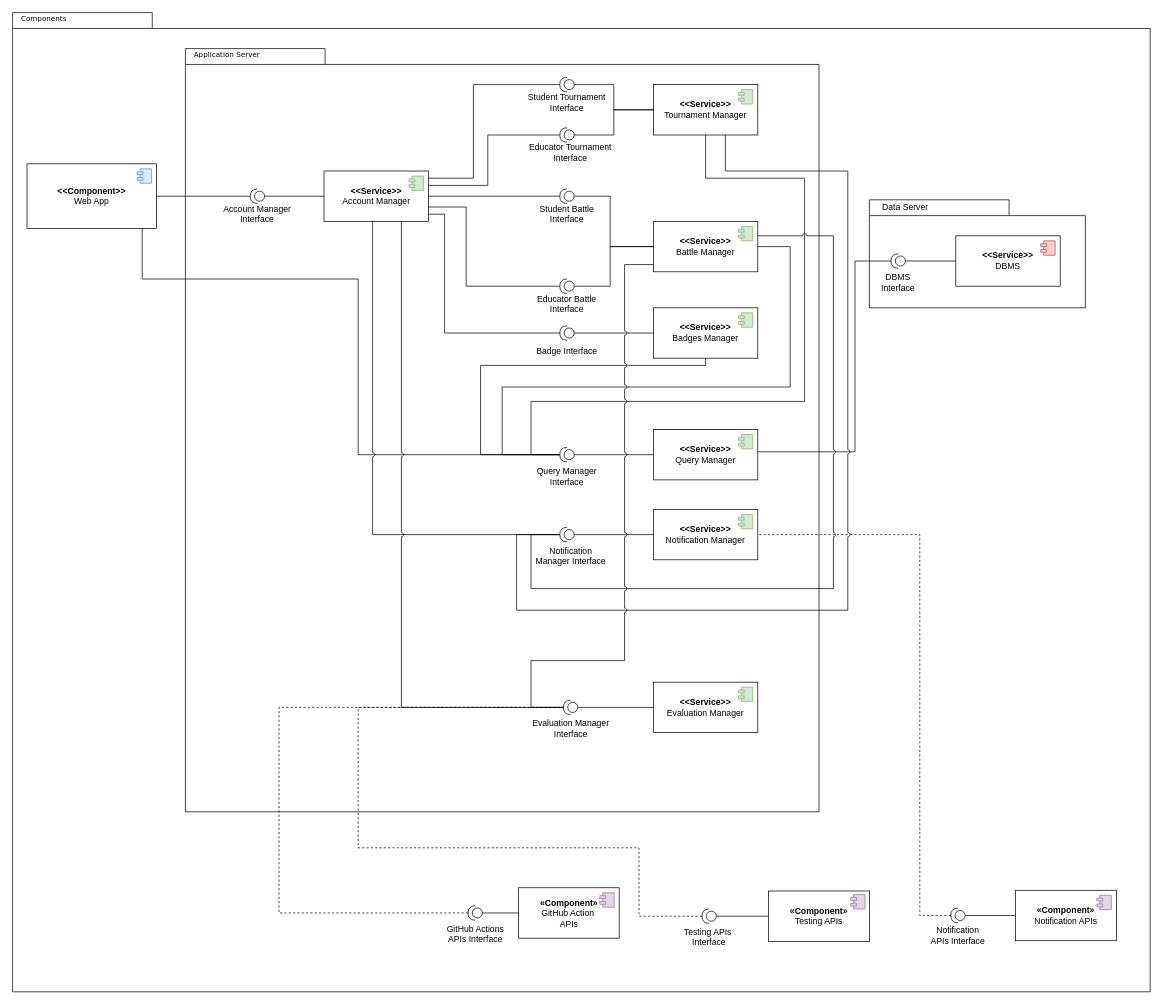
Earlier version of the draw.io diagram DDwip/ExtraFiles/ComponentView.drawio (francescospangaro/SpangaroTosettiRiccardi). Source tidied: cells renumbered, new cells numbered last; positions are measured from the earlier drawing's top-left corner, leaving out a move shared by most shapes. Both pictures are drawn from the tidied source at 72%, with x=0, y=0 at pixel (12, 12).
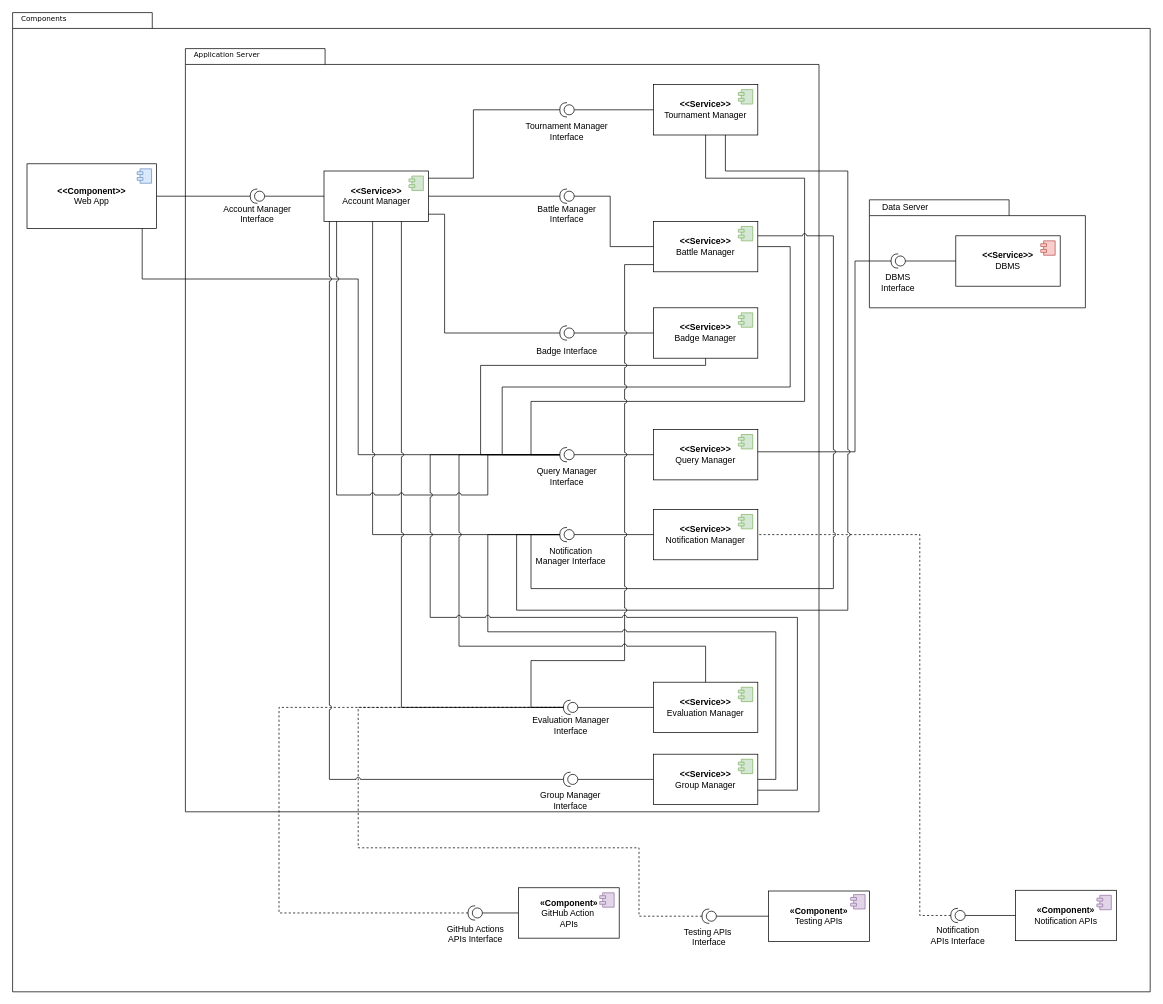
Above is the later version.

The change refers to these unchanged cells:
```xml
<mxCell id="8" value="&lt;div&gt;&lt;b&gt;&amp;lt;&amp;lt;Service&amp;gt;&amp;gt;&lt;/b&gt;&lt;/div&gt;&lt;div&gt;Account Manager&lt;br&gt;&lt;/div&gt;" style="html=1;whiteSpace=wrap;" parent="1" vertex="1">
  <mxGeometry x="432.5" y="220" width="145" height="70" as="geometry" />
</mxCell>
<mxCell id="20" value="&lt;div&gt;&lt;b&gt;&amp;lt;&amp;lt;Service&amp;gt;&amp;gt;&lt;/b&gt;&lt;/div&gt;&lt;div&gt;Tournament Manager&lt;br&gt;&lt;/div&gt;" style="html=1;whiteSpace=wrap;" parent="1" vertex="1">
  <mxGeometry x="890" y="100" width="145" height="70" as="geometry" />
</mxCell>
<mxCell id="22" value="&lt;div&gt;&lt;b&gt;&amp;lt;&amp;lt;Service&amp;gt;&amp;gt;&lt;/b&gt;&lt;/div&gt;&lt;div&gt;Battle Manager&lt;br&gt;&lt;/div&gt;" style="html=1;whiteSpace=wrap;" parent="1" vertex="1">
  <mxGeometry x="890" y="290" width="145" height="70" as="geometry" />
</mxCell>
<mxCell id="49" style="shape=providedRequiredInterface;html=1;verticalLabelPosition=bottom;sketch=0;rotation=-180;" parent="1" vertex="1">
  <mxGeometry x="760" y="604" width="20" height="20" as="geometry" />
</mxCell>
<mxCell id="71" style="shape=providedRequiredInterface;html=1;verticalLabelPosition=bottom;sketch=0;rotation=-180;" parent="1" vertex="1">
  <mxGeometry x="760" y="715" width="20" height="20" as="geometry" />
</mxCell>
<mxCell id="82" value="&lt;div&gt;&lt;b&gt;&amp;lt;&amp;lt;Service&amp;gt;&amp;gt;&lt;/b&gt;&lt;/div&gt;Evaluation Manager" style="html=1;whiteSpace=wrap;" parent="1" vertex="1">
  <mxGeometry x="890" y="930" width="145" height="70" as="geometry" />
</mxCell>
```

What changed in the source:
```diff
@@
-    <mxCell id="24" value="&lt;div&gt;&lt;b&gt;&amp;lt;&amp;lt;Service&amp;gt;&amp;gt;&lt;/b&gt;&lt;/div&gt;&lt;div&gt;Badges Manager&lt;br&gt;&lt;/div&gt;" style="html=1;whiteSpace=wrap;" parent="1" vertex="1">
+    <mxCell id="24" value="&lt;div&gt;&lt;b&gt;&amp;lt;&amp;lt;Service&amp;gt;&amp;gt;&lt;/b&gt;&lt;/div&gt;&lt;div&gt;Badge Manager&lt;br&gt;&lt;/div&gt;" style="html=1;whiteSpace=wrap;" parent="1" vertex="1">
       <mxGeometry x="890" y="410" width="145" height="70" as="geometry" />
     </mxCell>
@@
     <mxCell id="27" style="shape=providedRequiredInterface;html=1;verticalLabelPosition=bottom;sketch=0;rotation=-180;" parent="1" vertex="1">
-      <mxGeometry x="760" y="90" width="20" height="20" as="geometry" />
+      <mxGeometry x="760" y="125" width="20" height="20" as="geometry" />
     </mxCell>
-    <mxCell id="28" style="edgeStyle=orthogonalEdgeStyle;rounded=0;jettySize=auto;html=1;endArrow=none;endFill=0;jumpStyle=arc;" parent="1" edge="1" source="29" target="20">
-      <mxGeometry relative="1" as="geometry" />
-    </mxCell>
-    <mxCell id="29" style="shape=providedRequiredInterface;html=1;verticalLabelPosition=bottom;sketch=0;rotation=-180;" parent="1" vertex="1">
-      <mxGeometry x="760" y="160" width="20" height="20" as="geometry" />
-    </mxCell>
@@
-    <mxCell id="32" style="edgeStyle=orthogonalEdgeStyle;rounded=0;jettySize=auto;html=1;endArrow=none;endFill=0;jumpStyle=arc;" parent="1" edge="1" source="33" target="22">
-      <mxGeometry relative="1" as="geometry">
-        <Array as="points">
-          <mxPoint x="830" y="380" />
-          <mxPoint x="830" y="325" />
-        </Array>
-      </mxGeometry>
-    </mxCell>
-    <mxCell id="33" style="shape=providedRequiredInterface;html=1;verticalLabelPosition=bottom;sketch=0;rotation=-180;" parent="1" vertex="1">
-      <mxGeometry x="760" y="370" width="20" height="20" as="geometry" />
-    </mxCell>
@@
-    <mxCell id="36" value="Student Tournament Interface" style="text;html=1;strokeColor=none;fillColor=none;align=center;verticalAlign=middle;whiteSpace=wrap;rounded=0;" parent="1" vertex="1">
-      <mxGeometry x="710" y="110" width="120" height="30" as="geometry" />
+    <mxCell id="36" value="Tournament Manager Interface" style="text;html=1;strokeColor=none;fillColor=none;align=center;verticalAlign=middle;whiteSpace=wrap;rounded=0;" parent="1" vertex="1">
+      <mxGeometry x="710" y="150" width="120" height="30" as="geometry" />
     </mxCell>
-    <mxCell id="37" value="Educator Tournament Interface" style="text;html=1;strokeColor=none;fillColor=none;align=center;verticalAlign=middle;whiteSpace=wrap;rounded=0;" parent="1" vertex="1">
-      <mxGeometry x="710" y="180" width="130" height="30" as="geometry" />
-    </mxCell>
-    <mxCell id="38" value="Student Battle Interface" style="text;html=1;strokeColor=none;fillColor=none;align=center;verticalAlign=middle;whiteSpace=wrap;rounded=0;" parent="1" vertex="1">
+    <mxCell id="38" value="Battle Manager Interface" style="text;html=1;strokeColor=none;fillColor=none;align=center;verticalAlign=middle;whiteSpace=wrap;rounded=0;" parent="1" vertex="1">
       <mxGeometry x="720" y="265" width="100" height="30" as="geometry" />
     </mxCell>
-    <mxCell id="39" value="Educator Battle Interface" style="text;html=1;strokeColor=none;fillColor=none;align=center;verticalAlign=middle;whiteSpace=wrap;rounded=0;" parent="1" vertex="1">
-      <mxGeometry x="720" y="390" width="100" height="30" as="geometry" />
-    </mxCell>
@@
-    <mxCell id="41" style="edgeStyle=orthogonalEdgeStyle;rounded=0;jettySize=auto;html=1;entryX=1;entryY=0.5;entryDx=0;entryDy=0;entryPerimeter=0;endArrow=none;endFill=0;jumpStyle=arc;" parent="1" edge="1" source="8" target="29">
-      <mxGeometry relative="1" as="geometry">
-        <Array as="points">
-          <mxPoint x="660" y="240" />
-          <mxPoint x="660" y="170" />
-        </Array>
-      </mxGeometry>
-    </mxCell>
     <mxCell id="42" style="edgeStyle=orthogonalEdgeStyle;rounded=0;jettySize=auto;html=1;entryX=1;entryY=0.5;entryDx=0;entryDy=0;entryPerimeter=0;endArrow=none;endFill=0;jumpStyle=arc;" parent="1" edge="1" source="8" target="27">
       <mxGeometry relative="1" as="geometry">
         <Array as="points">
           <mxPoint x="640" y="230" />
-          <mxPoint x="640" y="100" />
+          <mxPoint x="640" y="135" />
         </Array>
       </mxGeometry>
     </mxCell>
@@
-    <mxCell id="44" style="edgeStyle=orthogonalEdgeStyle;rounded=0;jettySize=auto;html=1;entryX=1;entryY=0.5;entryDx=0;entryDy=0;entryPerimeter=0;endArrow=none;endFill=0;jumpStyle=arc;" parent="1" edge="1" source="8" target="33">
-      <mxGeometry relative="1" as="geometry">
-        <Array as="points">
-          <mxPoint x="630" y="270" />
-          <mxPoint x="630" y="380" />
-        </Array>
-      </mxGeometry>
-    </mxCell>
@@
     <mxCell id="87" value="Evaluation Manager Interface" style="text;html=1;strokeColor=none;fillColor=none;align=center;verticalAlign=middle;whiteSpace=wrap;rounded=0;" parent="1" vertex="1">
-      <mxGeometry x="717.5" y="980" width="115" height="30" as="geometry" />
+      <mxGeometry x="717.5" y="975" width="115" height="30" as="geometry" />
     </mxCell>
@@
+    <mxCell id="91" style="edgeStyle=orthogonalEdgeStyle;rounded=0;jettySize=auto;html=1;entryX=1;entryY=0.5;entryDx=0;entryDy=0;entryPerimeter=0;jumpStyle=arc;endArrow=none;endFill=0;" parent="1" edge="1" source="82" target="49">
+      <mxGeometry relative="1" as="geometry">
+        <Array as="points">
+          <mxPoint x="963" y="880" />
+          <mxPoint x="620" y="880" />
+          <mxPoint x="620" y="614" />
+        </Array>
+      </mxGeometry>
+    </mxCell>
+    <mxCell id="92" style="edgeStyle=orthogonalEdgeStyle;rounded=0;jettySize=auto;html=1;entryX=1;entryY=0.5;entryDx=0;entryDy=0;entryPerimeter=0;jumpStyle=arc;endArrow=none;endFill=0;" parent="1" edge="1" source="8" target="49">
+      <mxGeometry relative="1" as="geometry">
+        <Array as="points">
+          <mxPoint x="450" y="670" />
+          <mxPoint x="660" y="670" />
+          <mxPoint x="660" y="614" />
+        </Array>
+      </mxGeometry>
+    </mxCell>
+    <mxCell id="93" style="edgeStyle=orthogonalEdgeStyle;rounded=0;jettySize=auto;html=1;endArrow=none;endFill=0;jumpStyle=arc;" parent="1" edge="1" source="94" target="96">
+      <mxGeometry relative="1" as="geometry" />
+    </mxCell>
+    <mxCell id="94" value="&lt;div&gt;&lt;b&gt;&amp;lt;&amp;lt;Service&amp;gt;&amp;gt;&lt;/b&gt;&lt;/div&gt;Group Manager" style="html=1;whiteSpace=wrap;" parent="1" vertex="1">
+      <mxGeometry x="890" y="1030" width="145" height="70" as="geometry" />
+    </mxCell>
+    <mxCell id="95" style="shape=module;jettyWidth=8;jettyHeight=4;fillColor=#d5e8d4;strokeColor=#82b366;" parent="94" vertex="1">
+      <mxGeometry x="1" width="20" height="20" relative="1" as="geometry">
+        <mxPoint x="-27" y="7" as="offset" />
+      </mxGeometry>
+    </mxCell>
+    <mxCell id="96" style="shape=providedRequiredInterface;html=1;verticalLabelPosition=bottom;sketch=0;rotation=-180;" parent="1" vertex="1">
+      <mxGeometry x="765" y="1055" width="20" height="20" as="geometry" />
+    </mxCell>
+    <mxCell id="97" value="&lt;div&gt;Group Manager&lt;/div&gt;&lt;div&gt;Interface&lt;br&gt;&lt;/div&gt;" style="text;html=1;strokeColor=none;fillColor=none;align=center;verticalAlign=middle;whiteSpace=wrap;rounded=0;" parent="1" vertex="1">
+      <mxGeometry x="729" y="1080" width="92" height="30" as="geometry" />
+    </mxCell>
+    <mxCell id="98" style="edgeStyle=orthogonalEdgeStyle;rounded=0;jettySize=auto;html=1;entryX=1;entryY=0.5;entryDx=0;entryDy=0;entryPerimeter=0;jumpStyle=arc;endArrow=none;endFill=0;" parent="1" edge="1" source="94" target="71">
+      <mxGeometry relative="1" as="geometry">
+        <Array as="points">
+          <mxPoint x="1060" y="1065" />
+          <mxPoint x="1060" y="860" />
+          <mxPoint x="660" y="860" />
+          <mxPoint x="660" y="725" />
+        </Array>
+      </mxGeometry>
+    </mxCell>
+    <mxCell id="99" style="edgeStyle=orthogonalEdgeStyle;rounded=0;jettySize=auto;html=1;entryX=1;entryY=0.5;entryDx=0;entryDy=0;entryPerimeter=0;jumpStyle=arc;endArrow=none;endFill=0;" parent="1" edge="1" source="94" target="49">
+      <mxGeometry relative="1" as="geometry">
+        <Array as="points">
+          <mxPoint x="1090" y="1080" />
+          <mxPoint x="1090" y="840" />
+          <mxPoint x="580" y="840" />
+          <mxPoint x="580" y="614" />
+        </Array>
+      </mxGeometry>
+    </mxCell>
+    <mxCell id="100" style="edgeStyle=orthogonalEdgeStyle;rounded=0;jettySize=auto;html=1;entryX=1;entryY=0.5;entryDx=0;entryDy=0;entryPerimeter=0;jumpStyle=arc;endArrow=none;endFill=0;" parent="1" edge="1" source="8" target="96">
+      <mxGeometry relative="1" as="geometry">
+        <Array as="points">
+          <mxPoint x="440" y="1065" />
+        </Array>
+      </mxGeometry>
+    </mxCell>
```
